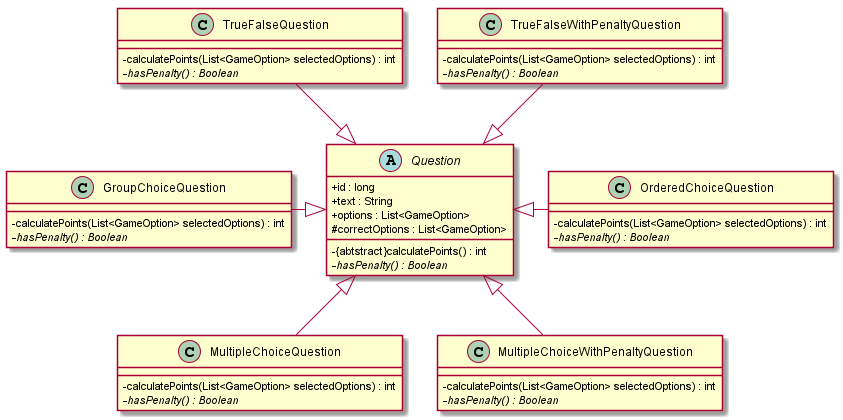
The PlantUML diagram docs/out/DiagramaClases-DetallePreguntas-TP2/DiagramaUML-DetallePreguntas-TP2.png in diegosanchez/TP2-Kahoot, before a commit.
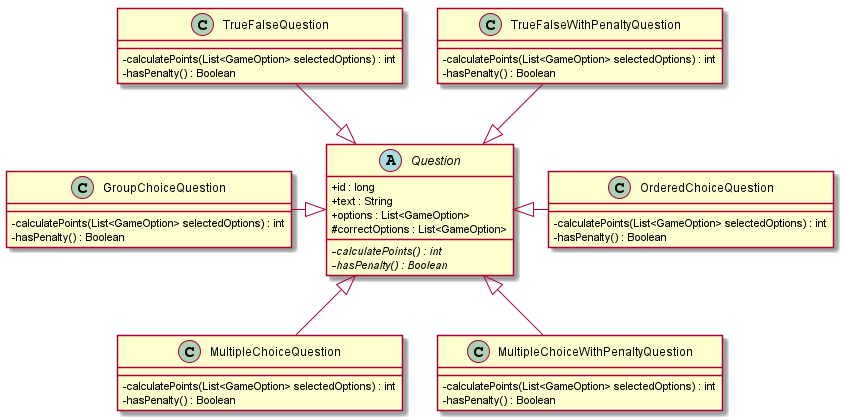
Above is the later version.

The edit, as a diff of the source:
```diff
@@ -7,38 +7,38 @@
     + text : String
     + options : List<GameOption>
     # correctOptions : List<GameOption>
-    - {abtstract}calculatePoints() : int
+    - {abstract}calculatePoints() : int
     - {abstract}hasPenalty() : Boolean
 }
 
 class TrueFalseQuestion{
     - calculatePoints(List<GameOption> selectedOptions) : int
-    - {abstract}hasPenalty() : Boolean
+    - hasPenalty() : Boolean
 }
 
 class TrueFalseWithPenaltyQuestion{
     - calculatePoints(List<GameOption> selectedOptions) : int
-    - {abstract}hasPenalty() : Boolean
+    - hasPenalty() : Boolean
 }
 
 class OrderedChoiceQuestion{
     - calculatePoints(List<GameOption> selectedOptions) : int
-    - {abstract}hasPenalty() : Boolean
+    - hasPenalty() : Boolean
 }
 
 class MultipleChoiceQuestion{
     - calculatePoints(List<GameOption> selectedOptions) : int
-    - {abstract}hasPenalty() : Boolean
+    - hasPenalty() : Boolean
 }
 
 class MultipleChoiceWithPenaltyQuestion{
     - calculatePoints(List<GameOption> selectedOptions) : int
-    - {abstract}hasPenalty() : Boolean
+    - hasPenalty() : Boolean
 }
 
 class GroupChoiceQuestion{
     - calculatePoints(List<GameOption> selectedOptions) : int
-    - {abstract}hasPenalty() : Boolean
+    - hasPenalty() : Boolean
 }
 
 
```
